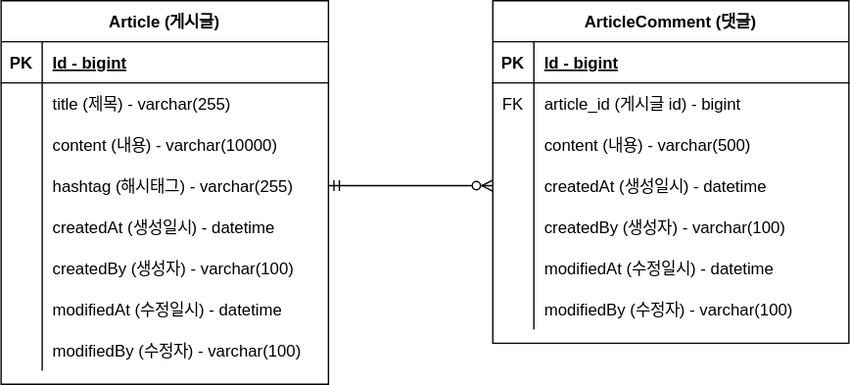
Before: document/project-board-erd.svg, a diagram exported from draw.io (Choi-SeungMi/project-board). Source tidied: cells renumbered, new cells last; positions are measured from the earlier drawing's top-left corner, leaving out a move shared by most shapes.
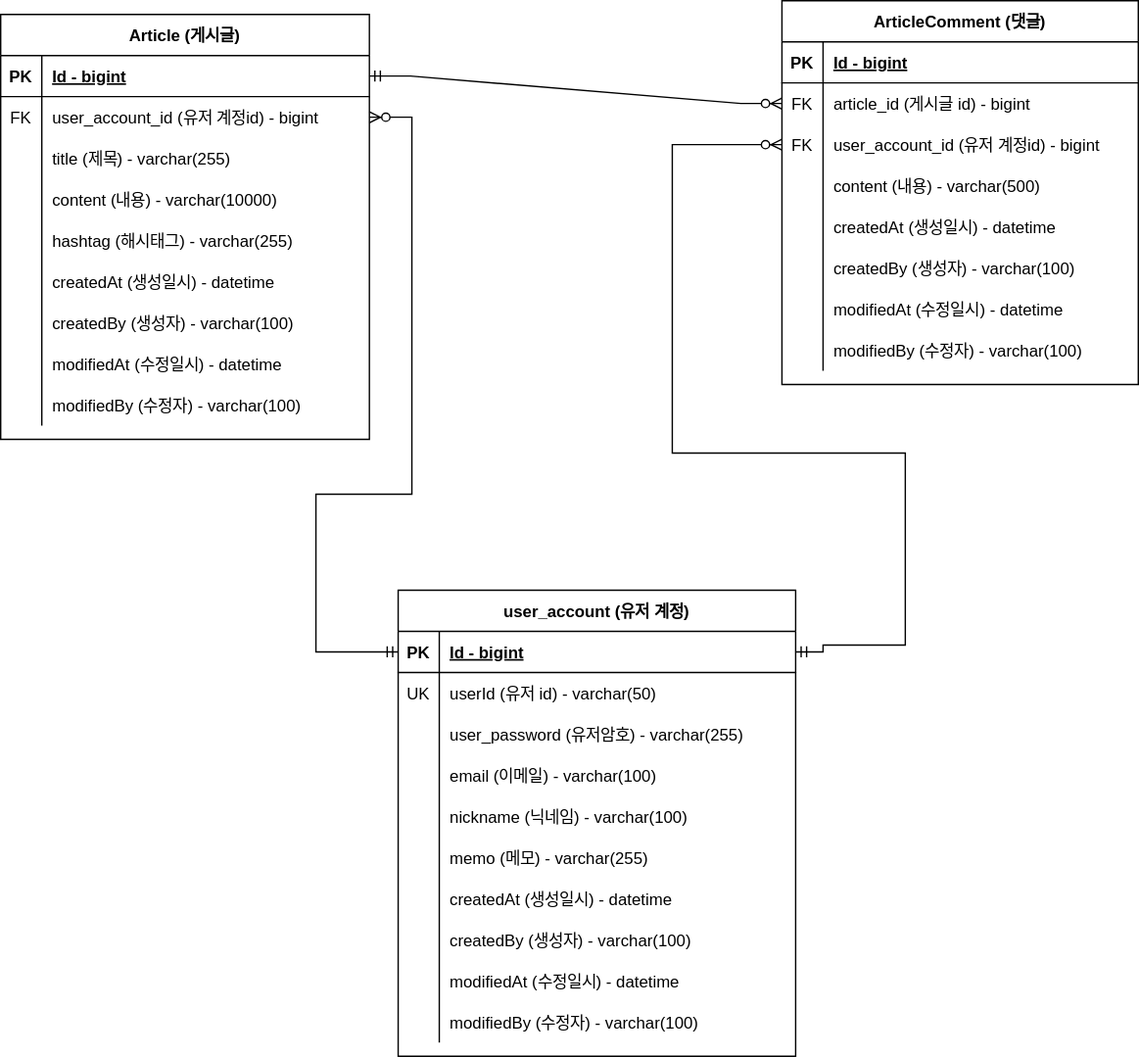
The same diagram one commit later.

Commit message:
#18 - 회원 계정 도메인 구현 및 erd 반영: project-board-erd.svg

What changed in the source:
```diff
@@ -3,82 +3,91 @@
     <mxCell id="0" />
     <mxCell id="1" parent="0" />
     <mxCell id="2" value="Article (게시글)" style="shape=table;startSize=30;rowLines=0;fontStyle=1;align=center;" parent="1" vertex="1">
-      <mxGeometry width="239" height="280" as="geometry" />
+      <mxGeometry x="-81" y="-100" width="269" height="310" as="geometry" />
     </mxCell>
     <mxCell id="3" style="shape=partialRectangle;fillColor=none;points=[[0,0.5],[1,0.5]];portConstraint=eastwest;top=0;left=0;right=0;bottom=1;" parent="2" vertex="1">
-      <mxGeometry y="30" width="239" height="30" as="geometry" />
+      <mxGeometry y="30" width="269" height="30" as="geometry" />
     </mxCell>
     <mxCell id="4" value="PK" style="shape=partialRectangle;overflow=hidden;fillColor=none;top=0;left=0;bottom=0;right=0;fontStyle=1;" parent="3" vertex="1">
       <mxGeometry width="30" height="30" as="geometry" />
     </mxCell>
     <mxCell id="5" value="Id - bigint" style="shape=partialRectangle;overflow=hidden;fillColor=none;top=0;left=0;bottom=0;right=0;align=left;spacingLeft=6;fontStyle=5;" parent="3" vertex="1">
-      <mxGeometry x="30" width="209" height="30" as="geometry" />
+      <mxGeometry x="30" width="239" height="30" as="geometry" />
     </mxCell>
     <mxCell id="6" style="shape=partialRectangle;fillColor=none;points=[[0,0.5],[1,0.5]];portConstraint=eastwest;top=0;left=0;right=0;bottom=0;" parent="2" vertex="1">
-      <mxGeometry y="60" width="239" height="30" as="geometry" />
+      <mxGeometry y="60" width="269" height="30" as="geometry" />
     </mxCell>
-    <mxCell id="7" style="shape=partialRectangle;overflow=hidden;fillColor=none;top=0;left=0;bottom=0;right=0;" parent="6" vertex="1">
+    <mxCell id="7" value="FK" style="shape=partialRectangle;overflow=hidden;fillColor=none;top=0;left=0;bottom=0;right=0;" parent="6" vertex="1">
       <mxGeometry width="30" height="30" as="geometry" />
     </mxCell>
-    <mxCell id="8" value="title (제목) - varchar(255)" style="shape=partialRectangle;overflow=hidden;fillColor=none;top=0;left=0;bottom=0;right=0;align=left;spacingLeft=6;" parent="6" vertex="1">
-      <mxGeometry x="30" width="209" height="30" as="geometry" />
+    <mxCell id="8" value="user_account_id (유저 계정id) - bigint" style="shape=partialRectangle;overflow=hidden;fillColor=none;top=0;left=0;bottom=0;right=0;align=left;spacingLeft=6;" parent="6" vertex="1">
+      <mxGeometry x="30" width="239" height="30" as="geometry" />
     </mxCell>
+    <mxCell id="50" style="shape=partialRectangle;fillColor=none;top=0;left=0;right=0;bottom=0;" parent="2" vertex="1">
+      <mxGeometry y="90" width="269" height="30" as="geometry" />
+    </mxCell>
+    <mxCell id="51" style="shape=partialRectangle;overflow=hidden;fillColor=none;top=0;left=0;bottom=0;right=0;" parent="50" vertex="1">
+      <mxGeometry width="30" height="30" as="geometry" />
+    </mxCell>
+    <mxCell id="52" value="title (제목) - varchar(255)" style="shape=partialRectangle;overflow=hidden;fillColor=none;top=0;left=0;bottom=0;right=0;align=left;spacingLeft=6;" parent="50" vertex="1">
+      <mxGeometry x="30" width="239" height="30" as="geometry" />
+    </mxCell>
     <mxCell id="9" style="shape=partialRectangle;fillColor=none;top=0;left=0;right=0;bottom=0;" parent="2" vertex="1">
-      <mxGeometry y="90" width="239" height="30" as="geometry" />
+      <mxGeometry y="120" width="269" height="30" as="geometry" />
     </mxCell>
     <mxCell id="10" style="shape=partialRectangle;overflow=hidden;fillColor=none;top=0;left=0;bottom=0;right=0;" parent="9" vertex="1">
       <mxGeometry width="30" height="30" as="geometry" />
     </mxCell>
     <mxCell id="11" value="content (내용) - varchar(10000)" style="shape=partialRectangle;overflow=hidden;fillColor=none;top=0;left=0;bottom=0;right=0;align=left;spacingLeft=6;" parent="9" vertex="1">
-      <mxGeometry x="30" width="209" height="30" as="geometry" />
+      <mxGeometry x="30" width="239" height="30" as="geometry" />
     </mxCell>
     <mxCell id="12" style="shape=partialRectangle;fillColor=none;points=[[0,0.5],[1,0.5]];portConstraint=eastwest;top=0;left=0;right=0;bottom=0;" parent="2" vertex="1">
-      <mxGeometry y="120" width="239" height="30" as="geometry" />
+      <mxGeometry y="150" width="269" height="30" as="geometry" />
     </mxCell>
     <mxCell id="13" style="shape=partialRectangle;overflow=hidden;fillColor=none;top=0;left=0;bottom=0;right=0;" parent="12" vertex="1">
       <mxGeometry width="30" height="30" as="geometry" />
     </mxCell>
     <mxCell id="14" value="hashtag (해시태그) - varchar(255)" style="shape=partialRectangle;overflow=hidden;fillColor=none;top=0;left=0;bottom=0;right=0;align=left;spacingLeft=6;" parent="12" vertex="1">
-      <mxGeometry x="30" width="209" height="30" as="geometry" />
+      <mxGeometry x="30" width="239" height="30" as="geometry" />
     </mxCell>
     <mxCell id="15" style="shape=partialRectangle;fillColor=none;top=0;left=0;right=0;bottom=0;" parent="2" vertex="1">
-      <mxGeometry y="150" width="239" height="30" as="geometry" />
+      <mxGeometry y="180" width="269" height="30" as="geometry" />
     </mxCell>
     <mxCell id="16" style="shape=partialRectangle;overflow=hidden;fillColor=none;top=0;left=0;bottom=0;right=0;" parent="15" vertex="1">
       <mxGeometry width="30" height="30" as="geometry" />
     </mxCell>
     <mxCell id="17" value="createdAt (생성일시) - datetime" style="shape=partialRectangle;overflow=hidden;fillColor=none;top=0;left=0;bottom=0;right=0;align=left;spacingLeft=6;" parent="15" vertex="1">
-      <mxGeometry x="30" width="209" height="30" as="geometry" />
+      <mxGeometry x="30" width="239" height="30" as="geometry" />
     </mxCell>
     <mxCell id="18" style="shape=partialRectangle;fillColor=none;top=0;left=0;right=0;bottom=0;" parent="2" vertex="1">
-      <mxGeometry y="180" width="239" height="30" as="geometry" />
+      <mxGeometry y="210" width="269" height="30" as="geometry" />
     </mxCell>
     <mxCell id="19" style="shape=partialRectangle;overflow=hidden;fillColor=none;top=0;left=0;bottom=0;right=0;" parent="18" vertex="1">
       <mxGeometry width="30" height="30" as="geometry" />
     </mxCell>
     <mxCell id="20" value="createdBy (생성자) - varchar(100)" style="shape=partialRectangle;overflow=hidden;fillColor=none;top=0;left=0;bottom=0;right=0;align=left;spacingLeft=6;" parent="18" vertex="1">
-      <mxGeometry x="30" width="209" height="30" as="geometry" />
+      <mxGeometry x="30" width="239" height="30" as="geometry" />
     </mxCell>
     <mxCell id="21" style="shape=partialRectangle;fillColor=none;top=0;left=0;right=0;bottom=0;" parent="2" vertex="1">
-      <mxGeometry y="210" width="239" height="30" as="geometry" />
+      <mxGeometry y="240" width="269" height="30" as="geometry" />
     </mxCell>
     <mxCell id="22" style="shape=partialRectangle;overflow=hidden;fillColor=none;top=0;left=0;bottom=0;right=0;" parent="21" vertex="1">
       <mxGeometry width="30" height="30" as="geometry" />
     </mxCell>
     <mxCell id="23" value="modifiedAt (수정일시) - datetime" style="shape=partialRectangle;overflow=hidden;fillColor=none;top=0;left=0;bottom=0;right=0;align=left;spacingLeft=6;" parent="21" vertex="1">
-      <mxGeometry x="30" width="209" height="30" as="geometry" />
+      <mxGeometry x="30" width="239" height="30" as="geometry" />
     </mxCell>
     <mxCell id="24" style="shape=partialRectangle;fillColor=none;top=0;left=0;right=0;bottom=0;" parent="2" vertex="1">
-      <mxGeometry y="240" width="239" height="30" as="geometry" />
+      <mxGeometry y="270" width="269" height="30" as="geometry" />
     </mxCell>
     <mxCell id="25" style="shape=partialRectangle;overflow=hidden;fillColor=none;top=0;left=0;bottom=0;right=0;" parent="24" vertex="1">
       <mxGeometry width="30" height="30" as="geometry" />
     </mxCell>
     <mxCell id="26" value="modifiedBy (수정자) - varchar(100)" style="shape=partialRectangle;overflow=hidden;fillColor=none;top=0;left=0;bottom=0;right=0;align=left;spacingLeft=6;" parent="24" vertex="1">
-      <mxGeometry x="30" width="209" height="30" as="geometry" />
+      <mxGeometry x="30" width="239" height="30" as="geometry" />
     </mxCell>
     <mxCell id="27" value="ArticleComment (댓글)" style="shape=table;startSize=30;rowLines=0;fontStyle=1;align=center;" parent="1" vertex="1">
-      <mxGeometry x="359" width="260" height="250" as="geometry" />
+      <mxGeometry x="489" y="-110" width="260" height="280" as="geometry" />
     </mxCell>
     <mxCell id="28" style="shape=partialRectangle;fillColor=none;top=0;left=0;right=0;bottom=1;" parent="27" vertex="1">
       <mxGeometry y="30" width="260" height="30" as="geometry" />
@@ -98,8 +107,17 @@
     <mxCell id="33" value="article_id (게시글 id) - bigint" style="shape=partialRectangle;overflow=hidden;fillColor=none;top=0;left=0;bottom=0;right=0;align=left;spacingLeft=6;" parent="31" vertex="1">
       <mxGeometry x="30" width="230" height="30" as="geometry" />
     </mxCell>
+    <mxCell id="53" style="shape=partialRectangle;fillColor=none;points=[[0,0.5],[1,0.5]];portConstraint=eastwest;top=0;left=0;right=0;bottom=0;" parent="27" vertex="1">
+      <mxGeometry y="90" width="260" height="30" as="geometry" />
+    </mxCell>
+    <mxCell id="54" value="FK" style="shape=partialRectangle;overflow=hidden;fillColor=none;top=0;left=0;bottom=0;right=0;" parent="53" vertex="1">
+      <mxGeometry width="30" height="30" as="geometry" />
+    </mxCell>
+    <mxCell id="55" value="user_account_id (유저 계정id) - bigint" style="shape=partialRectangle;overflow=hidden;fillColor=none;top=0;left=0;bottom=0;right=0;align=left;spacingLeft=6;" parent="53" vertex="1">
+      <mxGeometry x="30" width="230" height="30" as="geometry" />
+    </mxCell>
     <mxCell id="34" style="shape=partialRectangle;fillColor=none;top=0;left=0;right=0;bottom=0;" parent="27" vertex="1">
-      <mxGeometry y="90" width="260" height="30" as="geometry" />
+      <mxGeometry y="120" width="260" height="30" as="geometry" />
     </mxCell>
     <mxCell id="35" style="shape=partialRectangle;overflow=hidden;fillColor=none;top=0;left=0;bottom=0;right=0;" parent="34" vertex="1">
       <mxGeometry width="30" height="30" as="geometry" />
@@ -108,7 +126,7 @@
       <mxGeometry x="30" width="230" height="30" as="geometry" />
     </mxCell>
     <mxCell id="37" style="shape=partialRectangle;fillColor=none;top=0;left=0;right=0;bottom=0;" parent="27" vertex="1">
-      <mxGeometry y="120" width="260" height="30" as="geometry" />
+      <mxGeometry y="150" width="260" height="30" as="geometry" />
     </mxCell>
     <mxCell id="38" style="shape=partialRectangle;overflow=hidden;fillColor=none;top=0;left=0;bottom=0;right=0;" parent="37" vertex="1">
       <mxGeometry width="30" height="30" as="geometry" />
@@ -117,7 +135,7 @@
       <mxGeometry x="30" width="230" height="30" as="geometry" />
     </mxCell>
     <mxCell id="40" style="shape=partialRectangle;fillColor=none;top=0;left=0;right=0;bottom=0;" parent="27" vertex="1">
-      <mxGeometry y="150" width="260" height="30" as="geometry" />
+      <mxGeometry y="180" width="260" height="30" as="geometry" />
     </mxCell>
     <mxCell id="41" style="shape=partialRectangle;overflow=hidden;fillColor=none;top=0;left=0;bottom=0;right=0;" parent="40" vertex="1">
       <mxGeometry width="30" height="30" as="geometry" />
@@ -126,7 +144,7 @@
       <mxGeometry x="30" width="230" height="30" as="geometry" />
     </mxCell>
     <mxCell id="43" style="shape=partialRectangle;fillColor=none;top=0;left=0;right=0;bottom=0;" parent="27" vertex="1">
-      <mxGeometry y="180" width="260" height="30" as="geometry" />
+      <mxGeometry y="210" width="260" height="30" as="geometry" />
     </mxCell>
     <mxCell id="44" style="shape=partialRectangle;overflow=hidden;fillColor=none;top=0;left=0;bottom=0;right=0;" parent="43" vertex="1">
       <mxGeometry width="30" height="30" as="geometry" />
@@ -135,7 +153,7 @@
       <mxGeometry x="30" width="230" height="30" as="geometry" />
     </mxCell>
     <mxCell id="46" style="shape=partialRectangle;fillColor=none;top=0;left=0;right=0;bottom=0;" parent="27" vertex="1">
-      <mxGeometry y="210" width="260" height="30" as="geometry" />
+      <mxGeometry y="240" width="260" height="30" as="geometry" />
     </mxCell>
     <mxCell id="47" style="shape=partialRectangle;overflow=hidden;fillColor=none;top=0;left=0;bottom=0;right=0;" parent="46" vertex="1">
       <mxGeometry width="30" height="30" as="geometry" />
@@ -143,10 +161,123 @@
     <mxCell id="48" value="modifiedBy (수정자) - varchar(100)" style="shape=partialRectangle;overflow=hidden;fillColor=none;top=0;left=0;bottom=0;right=0;align=left;spacingLeft=6;" parent="46" vertex="1">
       <mxGeometry x="30" width="230" height="30" as="geometry" />
     </mxCell>
-    <mxCell id="49" style="edgeStyle=entityRelationEdgeStyle;fontSize=12;html=1;endArrow=ERzeroToMany;startArrow=ERmandOne;rounded=0;exitX=1;exitY=0.5;exitDx=0;exitDy=0;entryX=0;entryY=0.5;entryDx=0;entryDy=0;" parent="1" edge="1" source="12">
-      <mxGeometry relative="1" as="geometry">
-        <mxPoint x="359" y="135" as="targetPoint" />
-      </mxGeometry>
+    <mxCell id="49" style="edgeStyle=entityRelationEdgeStyle;fontSize=12;html=1;endArrow=ERzeroToMany;startArrow=ERmandOne;rounded=0;exitX=1;exitY=0.5;exitDx=0;exitDy=0;entryX=0;entryY=0.5;entryDx=0;entryDy=0;" parent="1" edge="1" source="3" target="31">
+      <mxGeometry relative="1" as="geometry" />
     </mxCell>
+    <mxCell id="56" value="user_account (유저 계정)" style="shape=table;startSize=30;rowLines=0;fontStyle=1;align=center;" parent="1" vertex="1">
+      <mxGeometry x="209" y="320" width="290" height="340" as="geometry" />
+    </mxCell>
+    <mxCell id="57" style="shape=partialRectangle;fillColor=none;points=[[0,0.5],[1,0.5]];portConstraint=eastwest;top=0;left=0;right=0;bottom=1;" parent="56" vertex="1">
+      <mxGeometry y="30" width="290" height="30" as="geometry" />
+    </mxCell>
+    <mxCell id="58" value="PK" style="shape=partialRectangle;overflow=hidden;fillColor=none;top=0;left=0;bottom=0;right=0;fontStyle=1;" parent="57" vertex="1">
+      <mxGeometry width="30" height="30" as="geometry" />
+    </mxCell>
+    <mxCell id="59" value="Id - bigint" style="shape=partialRectangle;overflow=hidden;fillColor=none;top=0;left=0;bottom=0;right=0;align=left;spacingLeft=6;fontStyle=5;" parent="57" vertex="1">
+      <mxGeometry x="30" width="260" height="30" as="geometry" />
+    </mxCell>
+    <mxCell id="60" style="shape=partialRectangle;fillColor=none;top=0;left=0;right=0;bottom=0;" parent="56" vertex="1">
+      <mxGeometry y="60" width="290" height="30" as="geometry" />
+    </mxCell>
+    <mxCell id="61" value="UK" style="shape=partialRectangle;overflow=hidden;fillColor=none;top=0;left=0;bottom=0;right=0;" parent="60" vertex="1">
+      <mxGeometry width="30" height="30" as="geometry" />
+    </mxCell>
+    <mxCell id="62" value="userId (유저 id) - varchar(50)" style="shape=partialRectangle;overflow=hidden;fillColor=none;top=0;left=0;bottom=0;right=0;align=left;spacingLeft=6;" parent="60" vertex="1">
+      <mxGeometry x="30" width="260" height="30" as="geometry" />
+    </mxCell>
+    <mxCell id="63" style="shape=partialRectangle;fillColor=none;top=0;left=0;right=0;bottom=0;" parent="56" vertex="1">
+      <mxGeometry y="90" width="290" height="30" as="geometry" />
+    </mxCell>
+    <mxCell id="64" style="shape=partialRectangle;overflow=hidden;fillColor=none;top=0;left=0;bottom=0;right=0;" parent="63" vertex="1">
+      <mxGeometry width="30" height="30" as="geometry" />
+    </mxCell>
+    <mxCell id="65" value="user_password (유저암호) - varchar(255)" style="shape=partialRectangle;overflow=hidden;fillColor=none;top=0;left=0;bottom=0;right=0;align=left;spacingLeft=6;" parent="63" vertex="1">
+      <mxGeometry x="30" width="260" height="30" as="geometry" />
+    </mxCell>
+    <mxCell id="66" style="shape=partialRectangle;fillColor=none;top=0;left=0;right=0;bottom=0;" parent="56" vertex="1">
+      <mxGeometry y="120" width="290" height="30" as="geometry" />
+    </mxCell>
+    <mxCell id="67" style="shape=partialRectangle;overflow=hidden;fillColor=none;top=0;left=0;bottom=0;right=0;" parent="66" vertex="1">
+      <mxGeometry width="30" height="30" as="geometry" />
+    </mxCell>
+    <mxCell id="68" value="email (이메일) - varchar(100)" style="shape=partialRectangle;overflow=hidden;fillColor=none;top=0;left=0;bottom=0;right=0;align=left;spacingLeft=6;" parent="66" vertex="1">
+      <mxGeometry x="30" width="260" height="30" as="geometry" />
+    </mxCell>
+    <mxCell id="69" style="shape=partialRectangle;fillColor=none;top=0;left=0;right=0;bottom=0;" parent="56" vertex="1">
+      <mxGeometry y="150" width="290" height="30" as="geometry" />
+    </mxCell>
+    <mxCell id="70" style="shape=partialRectangle;overflow=hidden;fillColor=none;top=0;left=0;bottom=0;right=0;" parent="69" vertex="1">
+      <mxGeometry width="30" height="30" as="geometry" />
+    </mxCell>
+    <mxCell id="71" value="nickname (닉네임) - varchar(100)" style="shape=partialRectangle;overflow=hidden;fillColor=none;top=0;left=0;bottom=0;right=0;align=left;spacingLeft=6;" parent="69" vertex="1">
+      <mxGeometry x="30" width="260" height="30" as="geometry" />
+    </mxCell>
+    <mxCell id="72" style="shape=partialRectangle;fillColor=none;top=0;left=0;right=0;bottom=0;" parent="56" vertex="1">
+      <mxGeometry y="180" width="290" height="30" as="geometry" />
+    </mxCell>
+    <mxCell id="73" style="shape=partialRectangle;overflow=hidden;fillColor=none;top=0;left=0;bottom=0;right=0;" parent="72" vertex="1">
+      <mxGeometry width="30" height="30" as="geometry" />
+    </mxCell>
+    <mxCell id="74" value="memo (메모) - varchar(255)" style="shape=partialRectangle;overflow=hidden;fillColor=none;top=0;left=0;bottom=0;right=0;align=left;spacingLeft=6;" parent="72" vertex="1">
+      <mxGeometry x="30" width="260" height="30" as="geometry" />
+    </mxCell>
+    <mxCell id="75" style="shape=partialRectangle;fillColor=none;top=0;left=0;right=0;bottom=0;" parent="56" vertex="1">
+      <mxGeometry y="210" width="290" height="30" as="geometry" />
+    </mxCell>
+    <mxCell id="76" style="shape=partialRectangle;overflow=hidden;fillColor=none;top=0;left=0;bottom=0;right=0;" parent="75" vertex="1">
+      <mxGeometry width="30" height="30" as="geometry" />
+    </mxCell>
+    <mxCell id="77" value="createdAt (생성일시) - datetime" style="shape=partialRectangle;overflow=hidden;fillColor=none;top=0;left=0;bottom=0;right=0;align=left;spacingLeft=6;" parent="75" vertex="1">
+      <mxGeometry x="30" width="260" height="30" as="geometry" />
+    </mxCell>
+    <mxCell id="78" style="shape=partialRectangle;fillColor=none;top=0;left=0;right=0;bottom=0;" parent="56" vertex="1">
+      <mxGeometry y="240" width="290" height="30" as="geometry" />
+    </mxCell>
+    <mxCell id="79" style="shape=partialRectangle;overflow=hidden;fillColor=none;top=0;left=0;bottom=0;right=0;" parent="78" vertex="1">
+      <mxGeometry width="30" height="30" as="geometry" />
+    </mxCell>
+    <mxCell id="80" value="createdBy (생성자) - varchar(100)" style="shape=partialRectangle;overflow=hidden;fillColor=none;top=0;left=0;bottom=0;right=0;align=left;spacingLeft=6;" parent="78" vertex="1">
+      <mxGeometry x="30" width="260" height="30" as="geometry" />
+    </mxCell>
+    <mxCell id="81" style="shape=partialRectangle;fillColor=none;top=0;left=0;right=0;bottom=0;" parent="56" vertex="1">
+      <mxGeometry y="270" width="290" height="30" as="geometry" />
+    </mxCell>
+    <mxCell id="82" style="shape=partialRectangle;overflow=hidden;fillColor=none;top=0;left=0;bottom=0;right=0;" parent="81" vertex="1">
+      <mxGeometry width="30" height="30" as="geometry" />
+    </mxCell>
+    <mxCell id="83" value="modifiedAt (수정일시) - datetime" style="shape=partialRectangle;overflow=hidden;fillColor=none;top=0;left=0;bottom=0;right=0;align=left;spacingLeft=6;" parent="81" vertex="1">
+      <mxGeometry x="30" width="260" height="30" as="geometry" />
+    </mxCell>
+    <mxCell id="84" style="shape=partialRectangle;fillColor=none;top=0;left=0;right=0;bottom=0;" parent="56" vertex="1">
+      <mxGeometry y="300" width="290" height="30" as="geometry" />
+    </mxCell>
+    <mxCell id="85" style="shape=partialRectangle;overflow=hidden;fillColor=none;top=0;left=0;bottom=0;right=0;" parent="84" vertex="1">
+      <mxGeometry width="30" height="30" as="geometry" />
+    </mxCell>
+    <mxCell id="86" value="modifiedBy (수정자) - varchar(100)" style="shape=partialRectangle;overflow=hidden;fillColor=none;top=0;left=0;bottom=0;right=0;align=left;spacingLeft=6;" parent="84" vertex="1">
+      <mxGeometry x="30" width="260" height="30" as="geometry" />
+    </mxCell>
+    <mxCell id="87" style="edgeStyle=orthogonalEdgeStyle;fontSize=12;html=1;endArrow=ERzeroToMany;startArrow=ERmandOne;rounded=0;exitX=1;exitY=0.5;exitDx=0;exitDy=0;entryX=0;entryY=0.5;entryDx=0;entryDy=0;" parent="1" edge="1" source="57" target="53">
+      <mxGeometry relative="1" as="geometry">
+        <Array as="points">
+          <mxPoint x="519" y="365" />
+          <mxPoint x="519" y="360" />
+          <mxPoint x="579" y="360" />
+          <mxPoint x="579" y="220" />
+          <mxPoint x="409" y="220" />
+          <mxPoint x="409" y="-5" />
+        </Array>
+      </mxGeometry>
+    </mxCell>
+    <mxCell id="88" style="edgeStyle=orthogonalEdgeStyle;fontSize=12;html=1;endArrow=ERzeroToMany;startArrow=ERmandOne;rounded=0;exitX=0;exitY=0.5;exitDx=0;exitDy=0;entryX=1;entryY=0.5;entryDx=0;entryDy=0;" parent="1" edge="1" source="57" target="6">
+      <mxGeometry relative="1" as="geometry">
+        <Array as="points">
+          <mxPoint x="149" y="365" />
+          <mxPoint x="149" y="250" />
+          <mxPoint x="219" y="250" />
+          <mxPoint x="219" y="-25" />
+        </Array>
+      </mxGeometry>
+    </mxCell>
   </root>
 </mxGraphModel>
```
